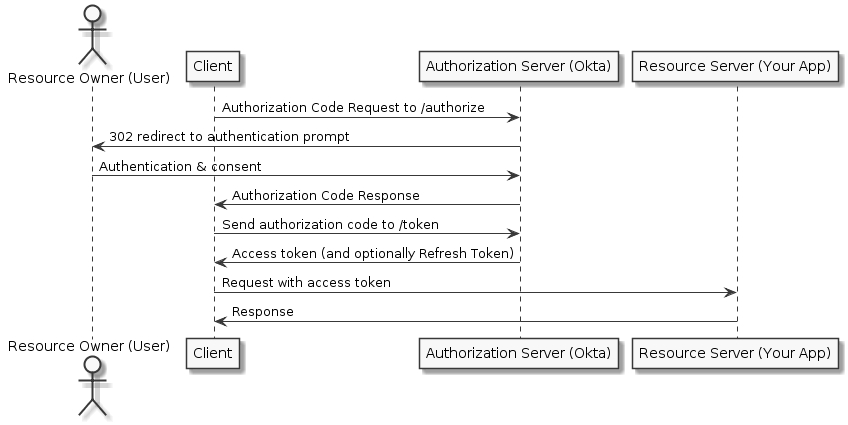
Above: _source/_assets/img/auth_code_flow.png in williamnguyen-activecyber/okta.github.io (PlantUML), before the change.
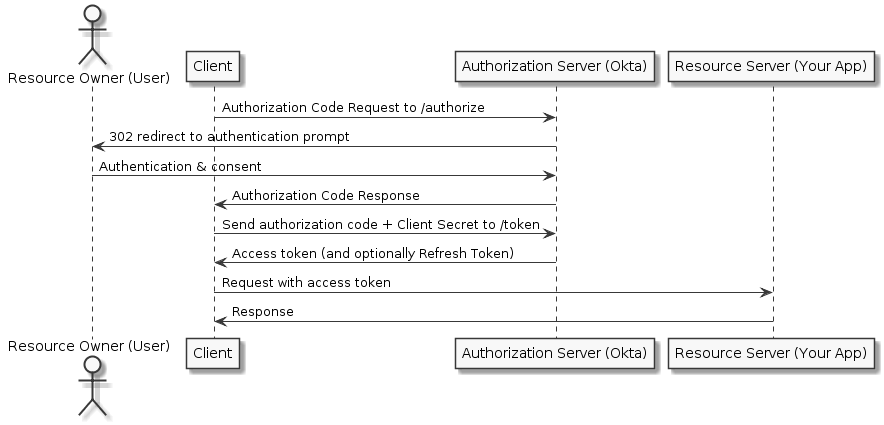
After the commit.

Change to the diagram source:
```diff
@@ -10,7 +10,7 @@
 okta -> user: 302 redirect to authentication prompt
 user -> okta: Authentication & consent
 okta -> client: Authorization Code Response
-client -> okta: Send authorization code to /token
+client -> okta: Send authorization code + Client Secret to /token
 okta -> client: Access token (and optionally Refresh Token)
 client -> app: Request with access token
 app -> client: Response
```
